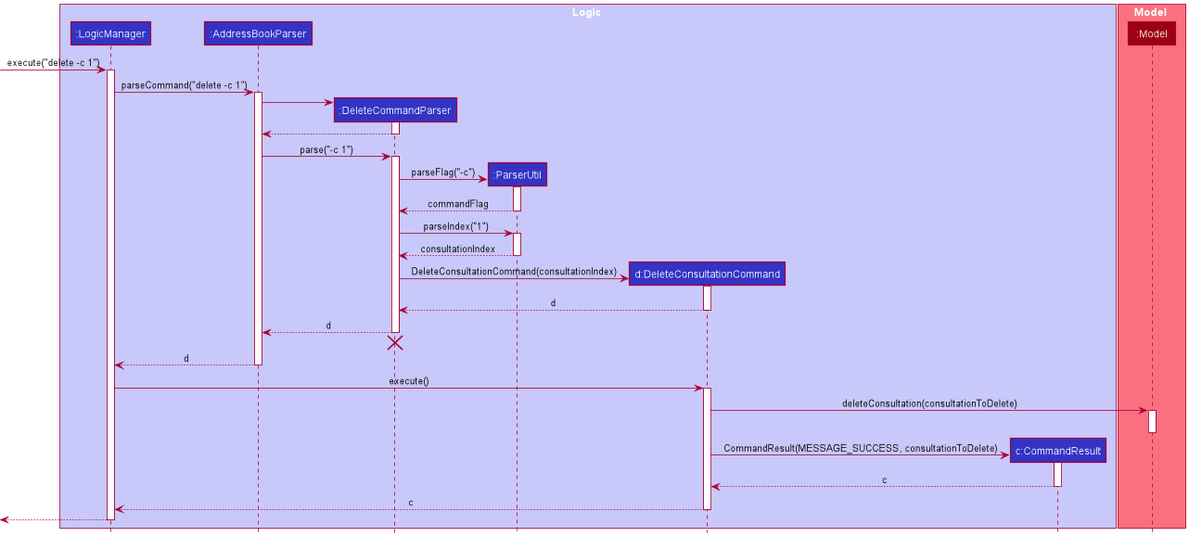
The PlantUML diagram docs/images/DeleteConsultationSequenceDiagram.png in wireseo/tp, before a commit. The source it was exported from:
```plantuml
@startuml
!include style.puml

box Logic LOGIC_COLOR_T1
participant ":LogicManager" as LogicManager LOGIC_COLOR
participant ":AddressBookParser" as AddressBookParser LOGIC_COLOR
participant ":DeleteCommandParser" as DeleteCommandParser LOGIC_COLOR
participant ":ParserUtil" as ParserUtil LOGIC_COLOR
participant "d:DeleteConsultationCommand" as DeleteConsultationCommand LOGIC_COLOR
participant "c:CommandResult" as CommandResult LOGIC_COLOR

end box

box Model MODEL_COLOR_T1
participant ":Model" as Model MODEL_COLOR
end box

[-> LogicManager : execute("delete -c 1")
activate LogicManager

LogicManager -> AddressBookParser : parseCommand("delete -c 1")
activate AddressBookParser

create DeleteCommandParser
AddressBookParser -> DeleteCommandParser
activate DeleteCommandParser

DeleteCommandParser --> AddressBookParser
deactivate DeleteCommandParser

AddressBookParser -> DeleteCommandParser : parse("-c 1")
activate DeleteCommandParser

create ParserUtil
DeleteCommandParser -> ParserUtil : parseFlag("-c")
activate ParserUtil

ParserUtil --> DeleteCommandParser : commandFlag
deactivate ParserUtil

DeleteCommandParser -> ParserUtil : parseIndex("1")
activate ParserUtil

ParserUtil --> DeleteCommandParser : consultationIndex

deactivate ParserUtil

create DeleteConsultationCommand
DeleteCommandParser -> DeleteConsultationCommand : DeleteConsultationCommand(consultationIndex)
activate DeleteConsultationCommand

DeleteConsultationCommand --> DeleteCommandParser : d
deactivate DeleteConsultationCommand

DeleteCommandParser --> AddressBookParser : d
deactivate DeleteCommandParser
DeleteCommandParser -[hidden]-> AddressBookParser
destroy DeleteCommandParser

AddressBookParser --> LogicManager : d
deactivate AddressBookParser

LogicManager -> DeleteConsultationCommand : execute()
activate DeleteConsultationCommand

DeleteConsultationCommand -> Model : deleteConsultation(consultationToDelete)
activate Model

deactivate Model

create CommandResult
DeleteConsultationCommand -> CommandResult : CommandResult(MESSAGE_SUCCESS, consultationToDelete)
activate CommandResult

CommandResult --> DeleteConsultationCommand : c
deactivate CommandResult

DeleteConsultationCommand --> LogicManager : c
deactivate DeleteConsultationCommand

[<--LogicManager
deactivate LogicManager
@enduml
```
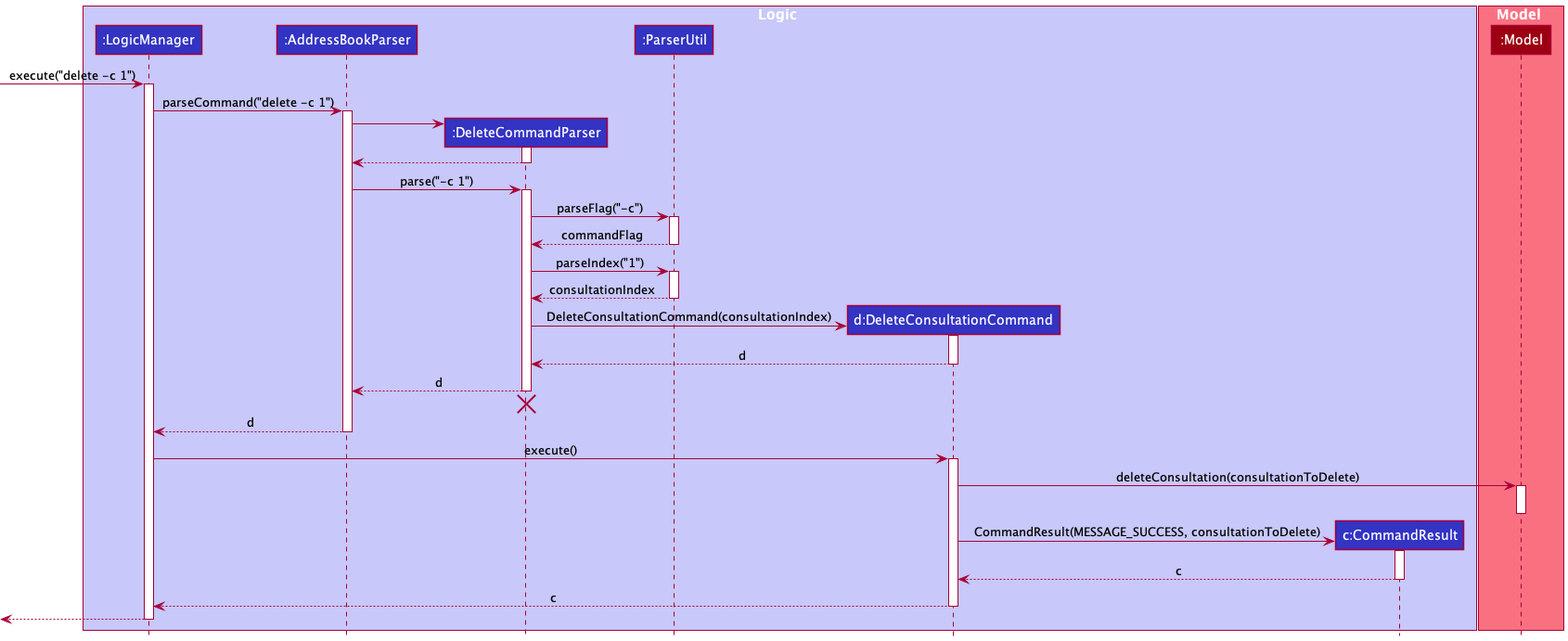
After the commit.

Commit message:
Standardise sequence diagrams

What changed in the source:
```diff
@@ -31,7 +31,7 @@
 AddressBookParser -> DeleteCommandParser : parse("-c 1")
 activate DeleteCommandParser
 
-create ParserUtil
+
 DeleteCommandParser -> ParserUtil : parseFlag("-c")
 activate ParserUtil
 
```
